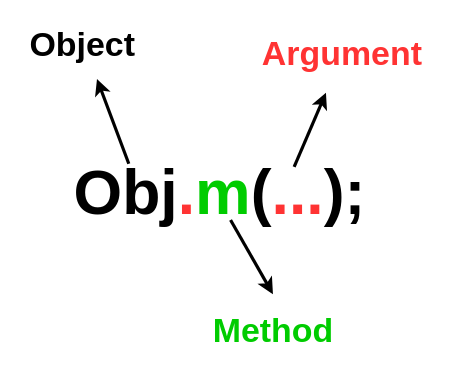
Earlier version of the draw.io diagram js-expression.drawio (auula/draw.io). Source tidied: cells renumbered, new cells numbered last; positions are measured from the earlier drawing's top-left corner, leaving out a move shared by most shapes. Both pictures are drawn from the tidied source at 106%, with x=0, y=0 at pixel (18, 18).
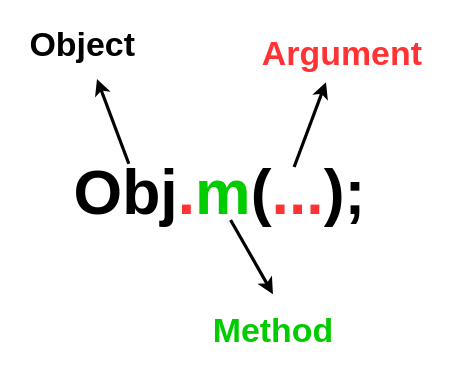
After the change.

Change to the diagram source:
```diff
@@
 <mxGraphModel>
   <root>
     <mxCell id="0" />
     <mxCell id="1" parent="0" />
-    <mxCell id="2" value="&lt;b&gt;&lt;font style=&quot;font-size: 59px;&quot;&gt;Obj&lt;font color=&quot;#ff3333&quot;&gt;.&lt;/font&gt;&lt;font color=&quot;#00cc00&quot;&gt;m&lt;/font&gt;(&lt;font color=&quot;#ff3333&quot;&gt;...&lt;/font&gt;);&lt;/font&gt;&lt;/b&gt;" style="text;html=1;strokeColor=none;fillColor=none;align=center;verticalAlign=middle;whiteSpace=wrap;rounded=0;" parent="1" vertex="1">
+    <mxCell id="2" value="&lt;font style=&quot;font-size: 59px;&quot;&gt;&lt;b&gt;Obj&lt;/b&gt;&lt;font style=&quot;&quot; color=&quot;#ff3333&quot;&gt;&lt;b&gt;.&lt;/b&gt;&lt;/font&gt;&lt;font style=&quot;font-weight: bold;&quot; color=&quot;#00cc00&quot;&gt;m&lt;/font&gt;&lt;b&gt;(&lt;/b&gt;&lt;font style=&quot;font-weight: bold;&quot; color=&quot;#ff3333&quot;&gt;...&lt;/font&gt;&lt;b&gt;);&lt;/b&gt;&lt;/font&gt;" style="text;html=1;strokeColor=none;fillColor=none;align=center;verticalAlign=middle;whiteSpace=wrap;rounded=0;" parent="1" vertex="1">
       <mxGeometry x="160" y="150" width="60" height="30" as="geometry" />
     </mxCell>
     <mxCell id="3" style="endArrow=classic;html=1;rounded=0;strokeWidth=3;" parent="1" edge="1">
       <mxGeometry relative="1" as="geometry">
         <mxPoint x="104" y="137" as="sourcePoint" />
         <mxPoint x="74" y="57" as="targetPoint" />
       </mxGeometry>
     </mxCell>
     <mxCell id="4" value="&lt;b&gt;&lt;font style=&quot;font-size: 32px;&quot;&gt;Object&lt;/font&gt;&lt;/b&gt;" style="text;html=1;align=center;verticalAlign=middle;strokeColor=none;fillColor=none;" parent="1" vertex="1">
       <mxGeometry width="120" height="50" as="geometry" />
     </mxCell>
     <mxCell id="5" style="endArrow=classic;html=1;rounded=0;strokeWidth=3;" parent="1" edge="1">
       <mxGeometry relative="1" as="geometry">
         <mxPoint x="200" y="190" as="sourcePoint" />
         <mxPoint x="240" y="260" as="targetPoint" />
       </mxGeometry>
     </mxCell>
     <mxCell id="6" value="&lt;b&gt;&lt;font color=&quot;#00cc00&quot; style=&quot;font-size: 32px;&quot;&gt;Method&lt;/font&gt;&lt;/b&gt;" style="text;html=1;align=center;verticalAlign=middle;strokeColor=none;fillColor=none;" parent="1" vertex="1">
       <mxGeometry x="170" y="270" width="140" height="50" as="geometry" />
     </mxCell>
     <mxCell id="7" style="endArrow=classic;html=1;rounded=0;strokeWidth=3;" parent="1" edge="1">
       <mxGeometry relative="1" as="geometry">
         <mxPoint x="260" y="140" as="sourcePoint" />
-        <mxPoint x="290" y="70" as="targetPoint" />
+        <mxPoint x="290" y="60" as="targetPoint" />
       </mxGeometry>
     </mxCell>
     <mxCell id="8" value="&lt;font color=&quot;#ff3333&quot; style=&quot;font-size: 32px;&quot;&gt;&lt;b&gt;Argument&lt;/b&gt;&lt;/font&gt;" style="text;html=1;align=center;verticalAlign=middle;strokeColor=none;fillColor=none;" parent="1" vertex="1">
       <mxGeometry x="220" y="8" width="170" height="50" as="geometry" />
     </mxCell>
   </root>
 </mxGraphModel>
```
